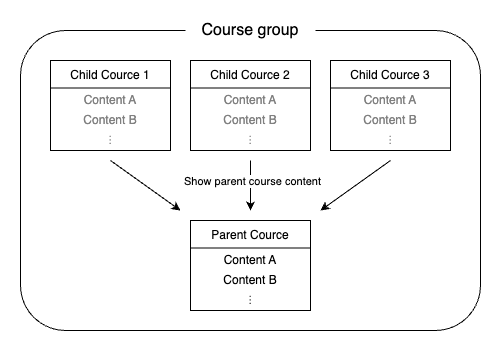
The draw.io diagram src/pages/en/utol/lecturers/settings/course_group/explain.drawio.png in utelecon/utelecon.github.io, before a commit. Source tidied: cells renumbered, new cells last; positions are measured from the earlier drawing's top-left corner, leaving out a move shared by most shapes. Source of this version:
```xml
<mxGraphModel>
  <root>
    <mxCell id="0" />
    <mxCell id="1" parent="0" />
    <mxCell id="2" style="whiteSpace=wrap;html=1;strokeColor=none;fontColor=#000000;fillColor=#FFFFFF;" parent="1" vertex="1">
      <mxGeometry width="500" height="360" as="geometry" />
    </mxCell>
    <mxCell id="3" style="whiteSpace=wrap;html=1;labelBackgroundColor=none;strokeColor=#000000;fontColor=#000000;fillColor=#FFFFFF;rounded=1;" parent="1" vertex="1">
      <mxGeometry x="20" y="30" width="460" height="300" as="geometry" />
    </mxCell>
    <mxCell id="4" style="edgeStyle=none;orthogonalLoop=1;jettySize=auto;html=1;strokeColor=#000000;" parent="1" edge="1">
      <mxGeometry relative="1" as="geometry">
        <mxPoint x="110" y="160" as="sourcePoint" />
        <mxPoint x="180" y="210" as="targetPoint" />
      </mxGeometry>
    </mxCell>
    <mxCell id="5" style="group;" parent="1" vertex="1">
      <mxGeometry x="190" y="220" width="120" height="90" as="geometry" />
    </mxCell>
    <mxCell id="6" style="whiteSpace=wrap;html=1;fillColor=#FFFFFF;strokeColor=#000000;" parent="5" vertex="1">
      <mxGeometry width="120" height="90" as="geometry" />
    </mxCell>
    <mxCell id="7" value="Content A" style="text;strokeColor=none;align=center;fillColor=none;html=1;verticalAlign=middle;whiteSpace=wrap;rounded=0;fontColor=#000000;" parent="5" vertex="1">
      <mxGeometry y="30" width="120" height="20" as="geometry" />
    </mxCell>
    <mxCell id="8" value="Content B" style="text;strokeColor=none;align=center;fillColor=none;html=1;verticalAlign=middle;whiteSpace=wrap;rounded=0;fontColor=#000000;" parent="5" vertex="1">
      <mxGeometry y="50" width="120" height="20" as="geometry" />
    </mxCell>
    <mxCell id="9" value="⋮" style="text;strokeColor=none;align=center;fillColor=none;html=1;verticalAlign=middle;whiteSpace=wrap;rounded=0;fontColor=#000000;" parent="5" vertex="1">
      <mxGeometry y="70" width="120" height="20" as="geometry" />
    </mxCell>
    <mxCell id="10" style="edgeStyle=none;html=1;exitX=0;exitY=0.25;exitDx=0;exitDy=0;entryX=1;entryY=0.25;entryDx=0;entryDy=0;endArrow=none;endFill=0;strokeColor=#000000;" parent="5" edge="1">
      <mxGeometry relative="1" as="geometry">
        <mxPoint y="27.5" as="sourcePoint" />
        <mxPoint x="120" y="27.5" as="targetPoint" />
      </mxGeometry>
    </mxCell>
    <mxCell id="11" value="&lt;font color=&quot;#000000&quot;&gt;Parent Cource&lt;/font&gt;" style="text;strokeColor=none;align=center;fillColor=none;html=1;verticalAlign=middle;whiteSpace=wrap;rounded=0;" parent="5" vertex="1">
      <mxGeometry width="120" height="30" as="geometry" />
    </mxCell>
    <mxCell id="12" style="edgeStyle=none;orthogonalLoop=1;jettySize=auto;html=1;strokeColor=#000000;" parent="1" edge="1">
      <mxGeometry relative="1" as="geometry">
        <mxPoint x="250" y="160" as="sourcePoint" />
        <mxPoint x="250" y="210" as="targetPoint" />
      </mxGeometry>
    </mxCell>
    <mxCell id="13" value="Show parent course content" style="edgeLabel;html=1;align=center;verticalAlign=middle;fontColor=#000000;labelBackgroundColor=#FFFFFF;" parent="12" vertex="1">
      <mxGeometry x="-0.2" y="1" relative="1" as="geometry" />
    </mxCell>
    <mxCell id="14" style="edgeStyle=none;orthogonalLoop=1;jettySize=auto;html=1;strokeColor=#000000;" parent="1" edge="1">
      <mxGeometry relative="1" as="geometry">
        <mxPoint x="390" y="160" as="sourcePoint" />
        <mxPoint x="320" y="210" as="targetPoint" />
      </mxGeometry>
    </mxCell>
    <mxCell id="15" style="whiteSpace=wrap;html=1;fillColor=#FFFFFF;strokeColor=#000000;" parent="1" vertex="1">
      <mxGeometry x="50" y="60" width="120" height="90" as="geometry" />
    </mxCell>
    <mxCell id="16" value="Content A" style="text;strokeColor=none;align=center;fillColor=none;html=1;verticalAlign=middle;whiteSpace=wrap;rounded=0;fontColor=#808080;" parent="1" vertex="1">
      <mxGeometry x="50" y="90" width="120" height="20" as="geometry" />
    </mxCell>
    <mxCell id="17" value="Content B" style="text;strokeColor=none;align=center;fillColor=none;html=1;verticalAlign=middle;whiteSpace=wrap;rounded=0;fontColor=#808080;" parent="1" vertex="1">
      <mxGeometry x="50" y="110" width="120" height="20" as="geometry" />
    </mxCell>
    <mxCell id="18" value="⋮" style="text;strokeColor=none;align=center;fillColor=none;html=1;verticalAlign=middle;whiteSpace=wrap;rounded=0;fontColor=#808080;" parent="1" vertex="1">
      <mxGeometry x="50" y="130" width="120" height="20" as="geometry" />
    </mxCell>
    <mxCell id="19" style="edgeStyle=none;html=1;exitX=0;exitY=0.25;exitDx=0;exitDy=0;entryX=1;entryY=0.25;entryDx=0;entryDy=0;endArrow=none;endFill=0;strokeColor=#000000;" parent="1" edge="1">
      <mxGeometry relative="1" as="geometry">
        <mxPoint x="50" y="87.5" as="sourcePoint" />
        <mxPoint x="170" y="87.5" as="targetPoint" />
      </mxGeometry>
    </mxCell>
    <mxCell id="20" value="&lt;font color=&quot;#000000&quot;&gt;Child Cource 1&lt;/font&gt;" style="text;strokeColor=none;align=center;fillColor=none;html=1;verticalAlign=middle;whiteSpace=wrap;rounded=0;" parent="1" vertex="1">
      <mxGeometry x="50" y="60" width="120" height="30" as="geometry" />
    </mxCell>
    <mxCell id="21" style="whiteSpace=wrap;html=1;fillColor=#FFFFFF;strokeColor=#000000;" parent="1" vertex="1">
      <mxGeometry x="190" y="60" width="120" height="90" as="geometry" />
    </mxCell>
    <mxCell id="22" value="Content A" style="text;strokeColor=none;align=center;fillColor=none;html=1;verticalAlign=middle;whiteSpace=wrap;rounded=0;fontColor=#808080;" parent="1" vertex="1">
      <mxGeometry x="190" y="90" width="120" height="20" as="geometry" />
    </mxCell>
    <mxCell id="23" value="Content B" style="text;strokeColor=none;align=center;fillColor=none;html=1;verticalAlign=middle;whiteSpace=wrap;rounded=0;fontColor=#808080;" parent="1" vertex="1">
      <mxGeometry x="190" y="110" width="120" height="20" as="geometry" />
    </mxCell>
    <mxCell id="24" value="⋮" style="text;strokeColor=none;align=center;fillColor=none;html=1;verticalAlign=middle;whiteSpace=wrap;rounded=0;fontColor=#808080;" parent="1" vertex="1">
      <mxGeometry x="190" y="130" width="120" height="20" as="geometry" />
    </mxCell>
    <mxCell id="25" style="edgeStyle=none;html=1;exitX=0;exitY=0.25;exitDx=0;exitDy=0;entryX=1;entryY=0.25;entryDx=0;entryDy=0;endArrow=none;endFill=0;strokeColor=#000000;" parent="1" edge="1">
      <mxGeometry relative="1" as="geometry">
        <mxPoint x="190" y="87.5" as="sourcePoint" />
        <mxPoint x="310" y="87.5" as="targetPoint" />
      </mxGeometry>
    </mxCell>
    <mxCell id="26" value="&lt;font color=&quot;#000000&quot;&gt;Child Cource 2&lt;/font&gt;" style="text;strokeColor=none;align=center;fillColor=none;html=1;verticalAlign=middle;whiteSpace=wrap;rounded=0;" parent="1" vertex="1">
      <mxGeometry x="190" y="60" width="120" height="30" as="geometry" />
    </mxCell>
    <mxCell id="27" style="whiteSpace=wrap;html=1;fillColor=#FFFFFF;strokeColor=#000000;" parent="1" vertex="1">
      <mxGeometry x="330" y="60" width="120" height="90" as="geometry" />
    </mxCell>
    <mxCell id="28" value="Content A" style="text;strokeColor=none;align=center;fillColor=none;html=1;verticalAlign=middle;whiteSpace=wrap;rounded=0;fontColor=#808080;" parent="1" vertex="1">
      <mxGeometry x="330" y="90" width="120" height="20" as="geometry" />
    </mxCell>
    <mxCell id="29" value="Content B" style="text;strokeColor=none;align=center;fillColor=none;html=1;verticalAlign=middle;whiteSpace=wrap;rounded=0;fontColor=#808080;" parent="1" vertex="1">
      <mxGeometry x="330" y="110" width="120" height="20" as="geometry" />
    </mxCell>
    <mxCell id="30" value="⋮" style="text;strokeColor=none;align=center;fillColor=none;html=1;verticalAlign=middle;whiteSpace=wrap;rounded=0;fontColor=#808080;" parent="1" vertex="1">
      <mxGeometry x="330" y="130" width="120" height="20" as="geometry" />
    </mxCell>
    <mxCell id="31" style="edgeStyle=none;html=1;exitX=0;exitY=0.25;exitDx=0;exitDy=0;entryX=1;entryY=0.25;entryDx=0;entryDy=0;endArrow=none;endFill=0;strokeColor=#000000;" parent="1" edge="1">
      <mxGeometry relative="1" as="geometry">
        <mxPoint x="330" y="87.5" as="sourcePoint" />
        <mxPoint x="450" y="87.5" as="targetPoint" />
      </mxGeometry>
    </mxCell>
    <mxCell id="32" value="&lt;font color=&quot;#000000&quot;&gt;Child Cource 3&lt;/font&gt;" style="text;strokeColor=none;align=center;fillColor=none;html=1;verticalAlign=middle;whiteSpace=wrap;rounded=0;" parent="1" vertex="1">
      <mxGeometry x="330" y="60" width="120" height="30" as="geometry" />
    </mxCell>
    <mxCell id="33" value="&lt;font style=&quot;font-size: 16px;&quot;&gt;Course group&lt;/font&gt;" style="text;strokeColor=none;align=center;fillColor=#FFFFFF;html=1;verticalAlign=middle;whiteSpace=wrap;rounded=0;labelBackgroundColor=none;fontColor=#000000;" parent="1" vertex="1">
      <mxGeometry x="185" y="20" width="130" height="20" as="geometry" />
    </mxCell>
  </root>
</mxGraphModel>
```
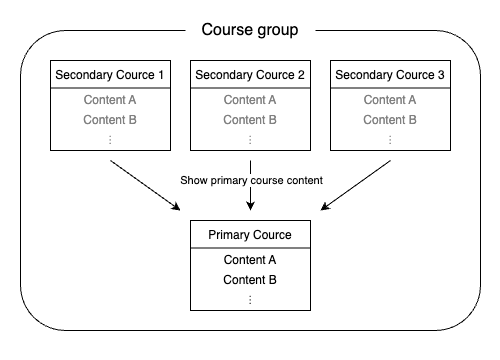
The same diagram one commit later.

Change to the diagram source:
```diff
@@ -35,7 +35,7 @@
         <mxPoint x="120" y="27.5" as="targetPoint" />
       </mxGeometry>
     </mxCell>
-    <mxCell id="11" value="&lt;font color=&quot;#000000&quot;&gt;Parent Cource&lt;/font&gt;" style="text;strokeColor=none;align=center;fillColor=none;html=1;verticalAlign=middle;whiteSpace=wrap;rounded=0;" parent="5" vertex="1">
+    <mxCell id="11" value="&lt;font color=&quot;#000000&quot;&gt;Primary Cource&lt;/font&gt;" style="text;strokeColor=none;align=center;fillColor=none;html=1;verticalAlign=middle;whiteSpace=wrap;rounded=0;" parent="5" vertex="1">
       <mxGeometry width="120" height="30" as="geometry" />
     </mxCell>
     <mxCell id="12" style="edgeStyle=none;orthogonalLoop=1;jettySize=auto;html=1;strokeColor=#000000;" parent="1" edge="1">
@@ -44,7 +44,7 @@
         <mxPoint x="250" y="210" as="targetPoint" />
       </mxGeometry>
     </mxCell>
-    <mxCell id="13" value="Show parent course content" style="edgeLabel;html=1;align=center;verticalAlign=middle;fontColor=#000000;labelBackgroundColor=#FFFFFF;" parent="12" vertex="1">
+    <mxCell id="13" value="Show primary course content" style="edgeLabel;html=1;align=center;verticalAlign=middle;fontColor=#000000;labelBackgroundColor=#FFFFFF;" parent="12" vertex="1">
       <mxGeometry x="-0.2" y="1" relative="1" as="geometry" />
     </mxCell>
     <mxCell id="14" style="edgeStyle=none;orthogonalLoop=1;jettySize=auto;html=1;strokeColor=#000000;" parent="1" edge="1">
@@ -71,7 +71,7 @@
         <mxPoint x="170" y="87.5" as="targetPoint" />
       </mxGeometry>
     </mxCell>
-    <mxCell id="20" value="&lt;font color=&quot;#000000&quot;&gt;Child Cource 1&lt;/font&gt;" style="text;strokeColor=none;align=center;fillColor=none;html=1;verticalAlign=middle;whiteSpace=wrap;rounded=0;" parent="1" vertex="1">
+    <mxCell id="20" value="&lt;font color=&quot;#000000&quot;&gt;Secondary Cource 1&lt;/font&gt;" style="text;strokeColor=none;align=center;fillColor=none;html=1;verticalAlign=middle;whiteSpace=wrap;rounded=0;" parent="1" vertex="1">
       <mxGeometry x="50" y="60" width="120" height="30" as="geometry" />
     </mxCell>
     <mxCell id="21" style="whiteSpace=wrap;html=1;fillColor=#FFFFFF;strokeColor=#000000;" parent="1" vertex="1">
@@ -92,7 +92,7 @@
         <mxPoint x="310" y="87.5" as="targetPoint" />
       </mxGeometry>
     </mxCell>
-    <mxCell id="26" value="&lt;font color=&quot;#000000&quot;&gt;Child Cource 2&lt;/font&gt;" style="text;strokeColor=none;align=center;fillColor=none;html=1;verticalAlign=middle;whiteSpace=wrap;rounded=0;" parent="1" vertex="1">
+    <mxCell id="26" value="&lt;font color=&quot;#000000&quot;&gt;&lt;span style=&quot;color: rgb(0, 0, 0);&quot;&gt;Secondary&lt;/span&gt;&amp;nbsp;Cource 2&lt;/font&gt;" style="text;strokeColor=none;align=center;fillColor=none;html=1;verticalAlign=middle;whiteSpace=wrap;rounded=0;" parent="1" vertex="1">
       <mxGeometry x="190" y="60" width="120" height="30" as="geometry" />
     </mxCell>
     <mxCell id="27" style="whiteSpace=wrap;html=1;fillColor=#FFFFFF;strokeColor=#000000;" parent="1" vertex="1">
@@ -113,7 +113,7 @@
         <mxPoint x="450" y="87.5" as="targetPoint" />
       </mxGeometry>
     </mxCell>
-    <mxCell id="32" value="&lt;font color=&quot;#000000&quot;&gt;Child Cource 3&lt;/font&gt;" style="text;strokeColor=none;align=center;fillColor=none;html=1;verticalAlign=middle;whiteSpace=wrap;rounded=0;" parent="1" vertex="1">
+    <mxCell id="32" value="&lt;font color=&quot;#000000&quot;&gt;&lt;span style=&quot;color: rgb(0, 0, 0);&quot;&gt;Secondary&lt;/span&gt;&amp;nbsp;Cource 3&lt;/font&gt;" style="text;strokeColor=none;align=center;fillColor=none;html=1;verticalAlign=middle;whiteSpace=wrap;rounded=0;" parent="1" vertex="1">
       <mxGeometry x="330" y="60" width="120" height="30" as="geometry" />
     </mxCell>
     <mxCell id="33" value="&lt;font style=&quot;font-size: 16px;&quot;&gt;Course group&lt;/font&gt;" style="text;strokeColor=none;align=center;fillColor=#FFFFFF;html=1;verticalAlign=middle;whiteSpace=wrap;rounded=0;labelBackgroundColor=none;fontColor=#000000;" parent="1" vertex="1">
```
